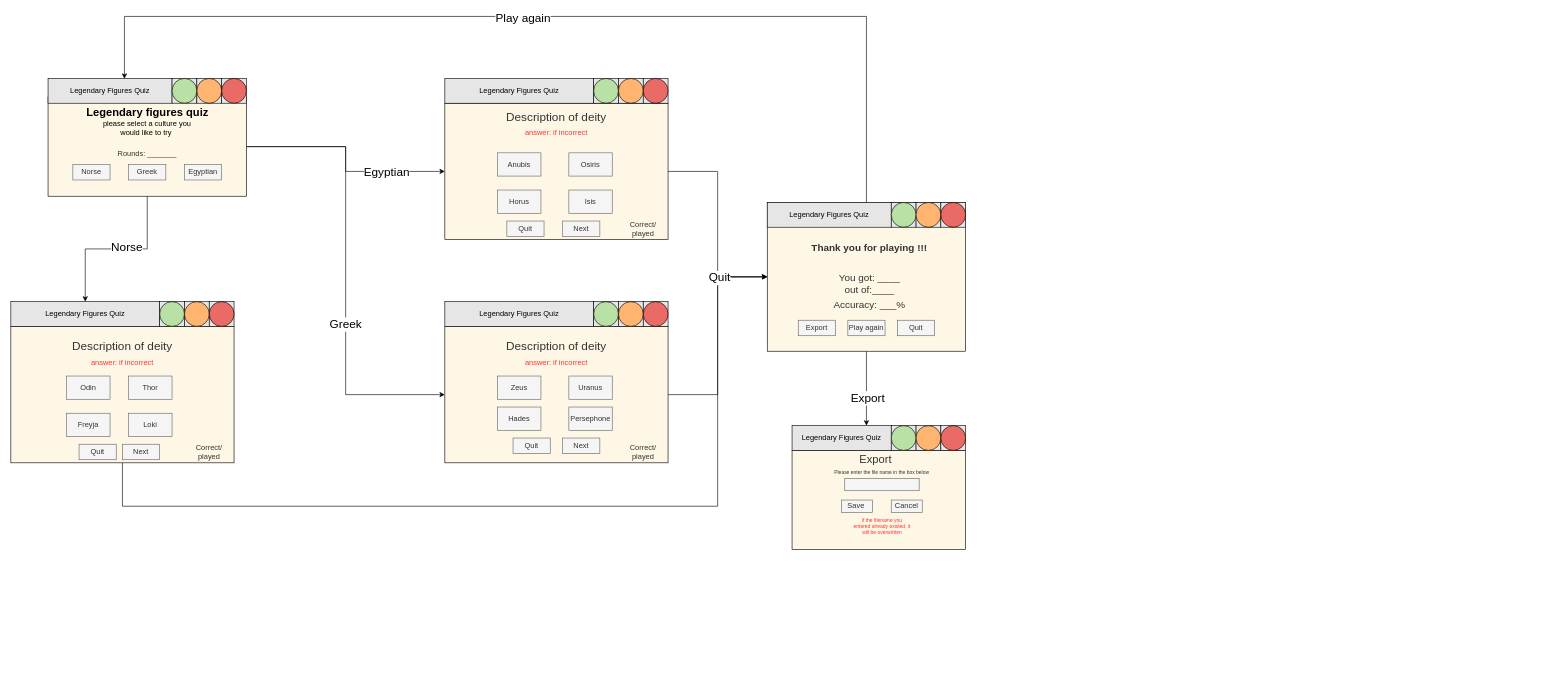
Earlier version of the draw.io diagram quiz_gui.drawio (yina69880/03_Quiz_Assessment). Source tidied: cells renumbered, new cells numbered last; positions are measured from the earlier drawing's top-left corner, leaving out a move shared by most shapes. Both pictures are drawn from the tidied source at 62%, with x=0, y=0 at pixel (11, 16).
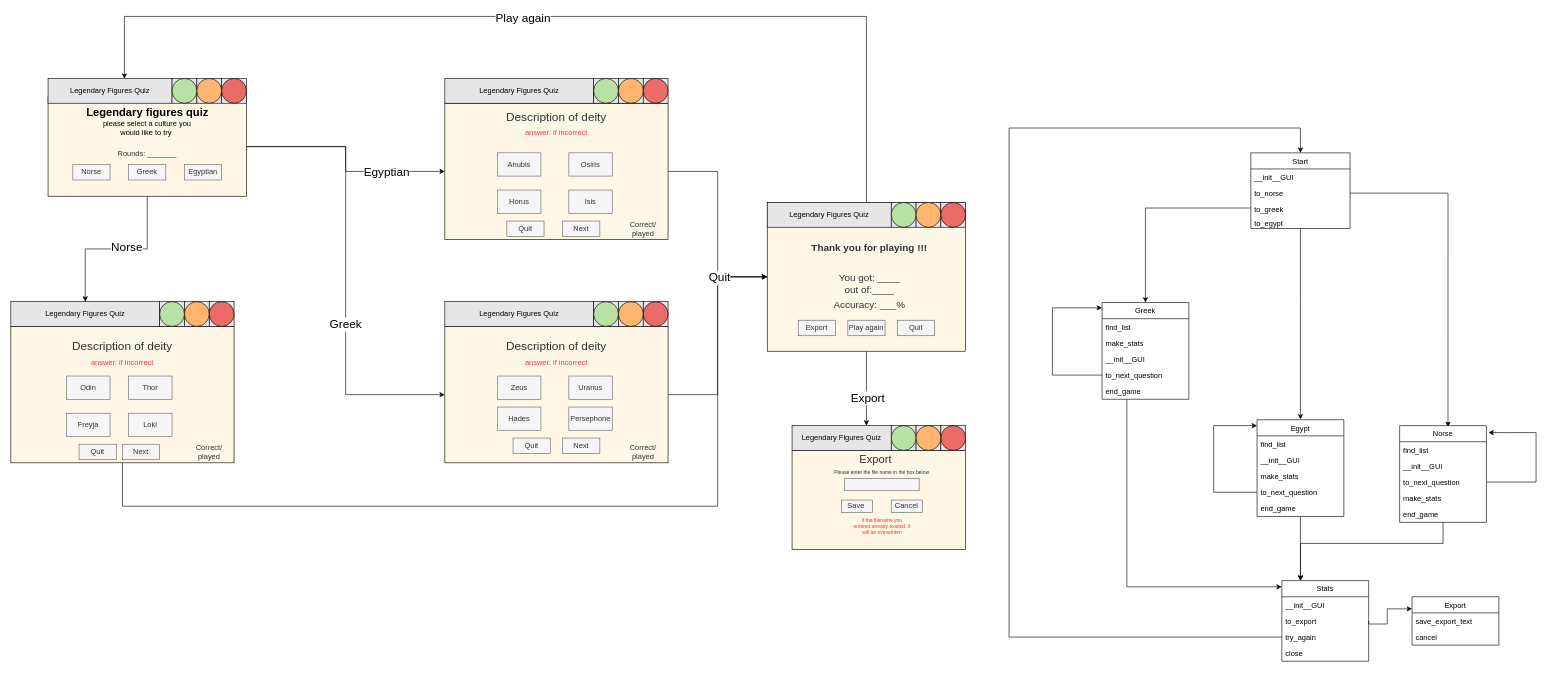
The same page after the edit.

What changed in the source:
```diff
@@
+    <mxCell id="109" style="edgeStyle=orthogonalEdgeStyle;rounded=0;jettySize=auto;html=1;" parent="1" edge="1" source="110">
+      <mxGeometry relative="1" as="geometry">
+        <mxPoint x="2080" y="650" as="targetPoint" />
+        <Array as="points">
+          <mxPoint x="2080" y="460" />
+          <mxPoint x="2080" y="460" />
+        </Array>
+      </mxGeometry>
+    </mxCell>
+    <mxCell id="110" value="Start" style="swimlane;fontStyle=0;horizontal=1;startSize=26;" parent="1" vertex="1">
+      <mxGeometry x="2000" y="220" width="160" height="122" as="geometry" />
+    </mxCell>
+    <mxCell id="111" value="__init__GUI" style="text;strokeColor=none;fillColor=none;align=left;verticalAlign=top;spacingLeft=4;spacingRight=4;overflow=hidden;" parent="110" vertex="1">
+      <mxGeometry y="26" width="160" height="26" as="geometry" />
+    </mxCell>
+    <mxCell id="112" value="to_norse" style="text;strokeColor=none;fillColor=none;align=left;verticalAlign=top;spacingLeft=4;spacingRight=4;overflow=hidden;points=[[0,0.5],[1,0.5]];portConstraint=eastwest;" parent="110" vertex="1">
+      <mxGeometry y="52" width="160" height="26" as="geometry" />
+    </mxCell>
+    <mxCell id="113" value="to_greek" style="text;strokeColor=none;fillColor=none;align=left;verticalAlign=top;spacingLeft=4;spacingRight=4;overflow=hidden;points=[[0,0.5],[1,0.5]];portConstraint=eastwest;" parent="110" vertex="1">
+      <mxGeometry y="78" width="160" height="22" as="geometry" />
+    </mxCell>
+    <mxCell id="114" value="to_egypt" style="text;strokeColor=none;fillColor=none;align=left;verticalAlign=top;spacingLeft=4;spacingRight=4;overflow=hidden;" parent="110" vertex="1">
+      <mxGeometry y="100" width="160" height="22" as="geometry" />
+    </mxCell>
+    <mxCell id="115" style="edgeStyle=orthogonalEdgeStyle;rounded=0;jettySize=auto;html=1;" parent="1" edge="1" source="113" target="118">
+      <mxGeometry relative="1" as="geometry" />
+    </mxCell>
+    <mxCell id="116" style="edgeStyle=orthogonalEdgeStyle;rounded=0;jettySize=auto;html=1;entryX=0.557;entryY=0.014;entryDx=0;entryDy=0;entryPerimeter=0;" parent="1" edge="1" source="112" target="133">
+      <mxGeometry relative="1" as="geometry" />
+    </mxCell>
+    <mxCell id="117" style="edgeStyle=orthogonalEdgeStyle;rounded=0;jettySize=auto;html=1;entryX=0;entryY=0.077;entryDx=0;entryDy=0;entryPerimeter=0;" parent="1" edge="1" source="118" target="141">
+      <mxGeometry relative="1" as="geometry">
+        <Array as="points">
+          <mxPoint x="1800" y="920" />
+        </Array>
+      </mxGeometry>
+    </mxCell>
+    <mxCell id="118" value="Greek" style="swimlane;fontStyle=0;horizontal=1;startSize=26;" parent="1" vertex="1">
+      <mxGeometry x="1760" y="461.5" width="140" height="156" as="geometry" />
+    </mxCell>
+    <mxCell id="119" value="find_list" style="text;strokeColor=none;fillColor=none;align=left;verticalAlign=top;spacingLeft=4;spacingRight=4;overflow=hidden;" parent="118" vertex="1">
+      <mxGeometry y="26" width="140" height="26" as="geometry" />
+    </mxCell>
+    <mxCell id="120" value="make_stats" style="text;strokeColor=none;fillColor=none;align=left;verticalAlign=top;spacingLeft=4;spacingRight=4;overflow=hidden;" parent="118" vertex="1">
+      <mxGeometry y="52" width="140" height="26" as="geometry" />
+    </mxCell>
+    <mxCell id="121" value="__init__GUI" style="text;strokeColor=none;fillColor=none;align=left;verticalAlign=top;spacingLeft=4;spacingRight=4;overflow=hidden;" parent="118" vertex="1">
+      <mxGeometry y="78" width="140" height="26" as="geometry" />
+    </mxCell>
+    <mxCell id="122" value="to_next_question" style="text;strokeColor=none;fillColor=none;align=left;verticalAlign=top;spacingLeft=4;spacingRight=4;overflow=hidden;points=[[0,0.5],[1,0.5]];portConstraint=eastwest;" parent="118" vertex="1">
+      <mxGeometry y="104" width="140" height="26" as="geometry" />
+    </mxCell>
+    <mxCell id="123" value="end_game" style="text;strokeColor=none;fillColor=none;align=left;verticalAlign=top;spacingLeft=4;spacingRight=4;overflow=hidden;" parent="118" vertex="1">
+      <mxGeometry y="130" width="140" height="26" as="geometry" />
+    </mxCell>
+    <mxCell id="124" style="edgeStyle=orthogonalEdgeStyle;rounded=0;jettySize=auto;html=1;" parent="118" edge="1" source="122" target="118">
+      <mxGeometry relative="1" as="geometry">
+        <Array as="points">
+          <mxPoint x="-80" y="117.5" />
+          <mxPoint x="-80" y="8.5" />
+        </Array>
+      </mxGeometry>
+    </mxCell>
+    <mxCell id="125" style="edgeStyle=orthogonalEdgeStyle;rounded=0;jettySize=auto;html=1;entryX=0.215;entryY=0.003;entryDx=0;entryDy=0;entryPerimeter=0;" parent="1" edge="1" source="126" target="141">
+      <mxGeometry relative="1" as="geometry" />
+    </mxCell>
+    <mxCell id="126" value="Egypt" style="swimlane;fontStyle=0;horizontal=1;startSize=26;" parent="1" vertex="1">
+      <mxGeometry x="2010" y="650.5" width="140" height="156" as="geometry" />
+    </mxCell>
+    <mxCell id="127" value="find_list" style="text;strokeColor=none;fillColor=none;align=left;verticalAlign=top;spacingLeft=4;spacingRight=4;overflow=hidden;" parent="126" vertex="1">
+      <mxGeometry y="26" width="140" height="26" as="geometry" />
+    </mxCell>
+    <mxCell id="128" value="__init__GUI" style="text;strokeColor=none;fillColor=none;align=left;verticalAlign=top;spacingLeft=4;spacingRight=4;overflow=hidden;" parent="126" vertex="1">
+      <mxGeometry y="52" width="140" height="26" as="geometry" />
+    </mxCell>
+    <mxCell id="129" value="make_stats" style="text;strokeColor=none;fillColor=none;align=left;verticalAlign=top;spacingLeft=4;spacingRight=4;overflow=hidden;" parent="126" vertex="1">
+      <mxGeometry y="78" width="140" height="26" as="geometry" />
+    </mxCell>
+    <mxCell id="130" value="to_next_question" style="text;strokeColor=none;fillColor=none;align=left;verticalAlign=top;spacingLeft=4;spacingRight=4;overflow=hidden;points=[[0,0.5],[1,0.5]];portConstraint=eastwest;" parent="126" vertex="1">
+      <mxGeometry y="104" width="140" height="26" as="geometry" />
+    </mxCell>
+    <mxCell id="131" value="end_game" style="text;strokeColor=none;fillColor=none;align=left;verticalAlign=top;spacingLeft=4;spacingRight=4;overflow=hidden;" parent="126" vertex="1">
+      <mxGeometry y="130" width="140" height="26" as="geometry" />
+    </mxCell>
+    <mxCell id="132" style="edgeStyle=orthogonalEdgeStyle;rounded=0;jettySize=auto;html=1;" parent="1" edge="1" source="133">
+      <mxGeometry relative="1" as="geometry">
+        <mxPoint x="2080" y="910" as="targetPoint" />
+        <Array as="points">
+          <mxPoint x="2310" y="850" />
+          <mxPoint x="2080" y="850" />
+        </Array>
+      </mxGeometry>
+    </mxCell>
+    <mxCell id="133" value="Norse" style="swimlane;fontStyle=0;horizontal=1;startSize=26;" parent="1" vertex="1">
+      <mxGeometry x="2240" y="660" width="140" height="156" as="geometry" />
+    </mxCell>
+    <mxCell id="134" value="find_list" style="text;strokeColor=none;fillColor=none;align=left;verticalAlign=top;spacingLeft=4;spacingRight=4;overflow=hidden;" parent="133" vertex="1">
+      <mxGeometry y="26" width="140" height="26" as="geometry" />
+    </mxCell>
+    <mxCell id="135" value="__init__GUI" style="text;strokeColor=none;fillColor=none;align=left;verticalAlign=top;spacingLeft=4;spacingRight=4;overflow=hidden;" parent="133" vertex="1">
+      <mxGeometry y="52" width="140" height="26" as="geometry" />
+    </mxCell>
+    <mxCell id="136" value="to_next_question" style="text;strokeColor=none;fillColor=none;align=left;verticalAlign=top;spacingLeft=4;spacingRight=4;overflow=hidden;points=[[0,0.5],[1,0.5]];portConstraint=eastwest;" parent="133" vertex="1">
+      <mxGeometry y="78" width="140" height="26" as="geometry" />
+    </mxCell>
+    <mxCell id="137" value="make_stats" style="text;strokeColor=none;fillColor=none;align=left;verticalAlign=top;spacingLeft=4;spacingRight=4;overflow=hidden;" parent="133" vertex="1">
+      <mxGeometry y="104" width="140" height="26" as="geometry" />
+    </mxCell>
+    <mxCell id="138" value="end_game" style="text;strokeColor=none;fillColor=none;align=left;verticalAlign=top;spacingLeft=4;spacingRight=4;overflow=hidden;" parent="133" vertex="1">
+      <mxGeometry y="130" width="140" height="26" as="geometry" />
+    </mxCell>
+    <mxCell id="139" style="edgeStyle=orthogonalEdgeStyle;rounded=0;jettySize=auto;html=1;entryX=1.023;entryY=0.072;entryDx=0;entryDy=0;entryPerimeter=0;" parent="133" edge="1" source="136" target="133">
+      <mxGeometry relative="1" as="geometry">
+        <Array as="points">
+          <mxPoint x="220" y="91" />
+          <mxPoint x="220" y="11" />
+        </Array>
+      </mxGeometry>
+    </mxCell>
+    <mxCell id="140" style="edgeStyle=orthogonalEdgeStyle;rounded=0;jettySize=auto;html=1;" parent="1" edge="1" source="130">
+      <mxGeometry relative="1" as="geometry">
+        <mxPoint x="2010" y="660" as="targetPoint" />
+        <Array as="points">
+          <mxPoint x="1940" y="768" />
+          <mxPoint x="1940" y="660" />
+        </Array>
+      </mxGeometry>
+    </mxCell>
+    <mxCell id="141" value="Stats" style="swimlane;fontStyle=0;horizontal=1;startSize=26;" parent="1" vertex="1">
+      <mxGeometry x="2050" y="910" width="140" height="130" as="geometry" />
+    </mxCell>
+    <mxCell id="142" value="__init__GUI" style="text;strokeColor=none;fillColor=none;align=left;verticalAlign=top;spacingLeft=4;spacingRight=4;overflow=hidden;" parent="141" vertex="1">
+      <mxGeometry y="26" width="140" height="26" as="geometry" />
+    </mxCell>
+    <mxCell id="143" value="to_export" style="text;strokeColor=none;fillColor=none;align=left;verticalAlign=top;spacingLeft=4;spacingRight=4;overflow=hidden;points=[[0,0.5],[1,0.5]];portConstraint=eastwest;" parent="141" vertex="1">
+      <mxGeometry y="52" width="140" height="26" as="geometry" />
+    </mxCell>
+    <mxCell id="144" value="try_again" style="text;strokeColor=none;fillColor=none;align=left;verticalAlign=top;spacingLeft=4;spacingRight=4;overflow=hidden;points=[[0,0.5],[1,0.5]];portConstraint=eastwest;" parent="141" vertex="1">
+      <mxGeometry y="78" width="140" height="26" as="geometry" />
+    </mxCell>
+    <mxCell id="145" value="close " style="text;strokeColor=none;fillColor=none;align=left;verticalAlign=top;spacingLeft=4;spacingRight=4;overflow=hidden;" parent="141" vertex="1">
+      <mxGeometry y="104" width="140" height="26" as="geometry" />
+    </mxCell>
+    <mxCell id="146" value="Export" style="swimlane;fontStyle=0;horizontal=1;startSize=26;" parent="1" vertex="1">
+      <mxGeometry x="2260" y="936" width="140" height="78" as="geometry" />
+    </mxCell>
+    <mxCell id="147" value="save_export_text" style="text;strokeColor=none;fillColor=none;align=left;verticalAlign=top;spacingLeft=4;spacingRight=4;overflow=hidden;" parent="146" vertex="1">
+      <mxGeometry y="26" width="140" height="26" as="geometry" />
+    </mxCell>
+    <mxCell id="148" value="cancel" style="text;strokeColor=none;fillColor=none;align=left;verticalAlign=top;spacingLeft=4;spacingRight=4;overflow=hidden;" parent="146" vertex="1">
+      <mxGeometry y="52" width="140" height="26" as="geometry" />
+    </mxCell>
+    <mxCell id="149" style="edgeStyle=orthogonalEdgeStyle;rounded=0;jettySize=auto;html=1;entryX=0;entryY=0.25;entryDx=0;entryDy=0;exitX=1;exitY=0.5;exitDx=0;exitDy=0;" parent="1" edge="1" source="143" target="146">
+      <mxGeometry relative="1" as="geometry">
+        <Array as="points">
+          <mxPoint x="2190" y="980" />
+          <mxPoint x="2220" y="980" />
+          <mxPoint x="2220" y="956" />
+        </Array>
+      </mxGeometry>
+    </mxCell>
+    <mxCell id="150" style="edgeStyle=orthogonalEdgeStyle;rounded=0;jettySize=auto;html=1;" parent="1" edge="1" source="144" target="110">
+      <mxGeometry relative="1" as="geometry">
+        <Array as="points">
+          <mxPoint x="1610" y="1001" />
+          <mxPoint x="1610" y="180" />
+          <mxPoint x="2080" y="180" />
+        </Array>
+      </mxGeometry>
+    </mxCell>
```
